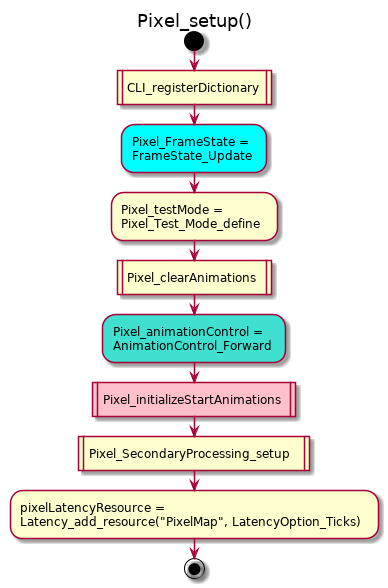
This is doc/uml/Pixel_setup.png from kluelogic/controller, a PlantUML export, as it was before one commit. Its diagram source:
```plantuml
@startuml
title Pixel_setup()
start
:CLI_registerDictionary|
#Aqua:Pixel_FrameState =\nFrameState_Update;
:Pixel_testMode =\nPixel_Test_Mode_define;
:Pixel_clearAnimations|
#Turquoise:Pixel_animationControl =\nAnimationControl_Forward;
#Pink:Pixel_initializeStartAnimations|
:Pixel_SecondaryProcessing_setup|
:pixelLatencyResource =\nLatency_add_resource("PixelMap", LatencyOption_Ticks);
stop
@enduml
```
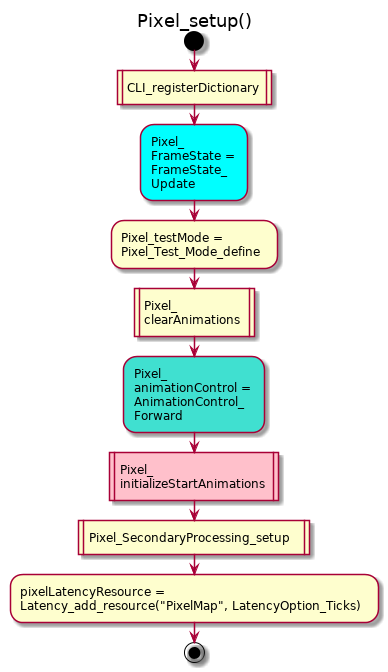
After the change.

The edit, as a diff of the source:
```diff
@@ -2,11 +2,11 @@
 title Pixel_setup()
 start
 :CLI_registerDictionary|
-#Aqua:Pixel_FrameState =\nFrameState_Update;
+#Aqua:Pixel_\nFrameState =\nFrameState_\nUpdate;
 :Pixel_testMode =\nPixel_Test_Mode_define;
-:Pixel_clearAnimations|
-#Turquoise:Pixel_animationControl =\nAnimationControl_Forward;
-#Pink:Pixel_initializeStartAnimations|
+:Pixel_\nclearAnimations|
+#Turquoise:Pixel_\nanimationControl =\nAnimationControl_\nForward;
+#Pink:Pixel_\ninitializeStartAnimations|
 :Pixel_SecondaryProcessing_setup|
 :pixelLatencyResource =\nLatency_add_resource("PixelMap", LatencyOption_Ticks);
 stop
```
